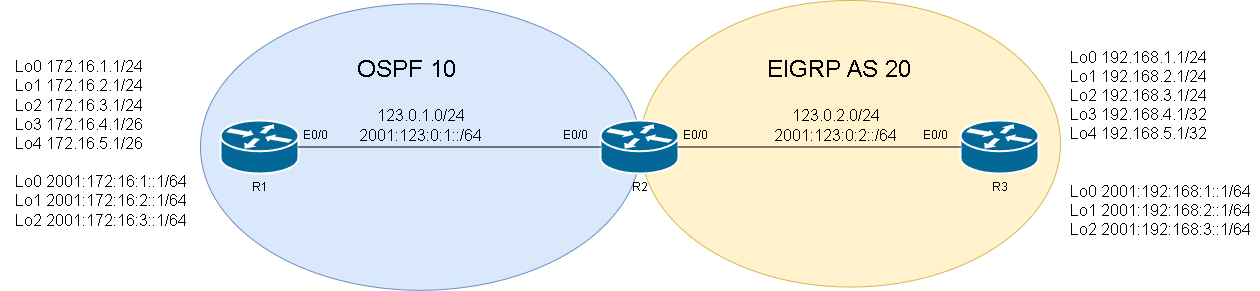
Before: Equipment-operation/Cisco/Router/EIGRP/Image/Route filter.png, a diagram exported from draw.io (Lai920123/Network-Engineering-Tutorials). Source tidied: cells renumbered, new cells last; positions are measured from the earlier drawing's top-left corner, leaving out a move shared by most shapes.
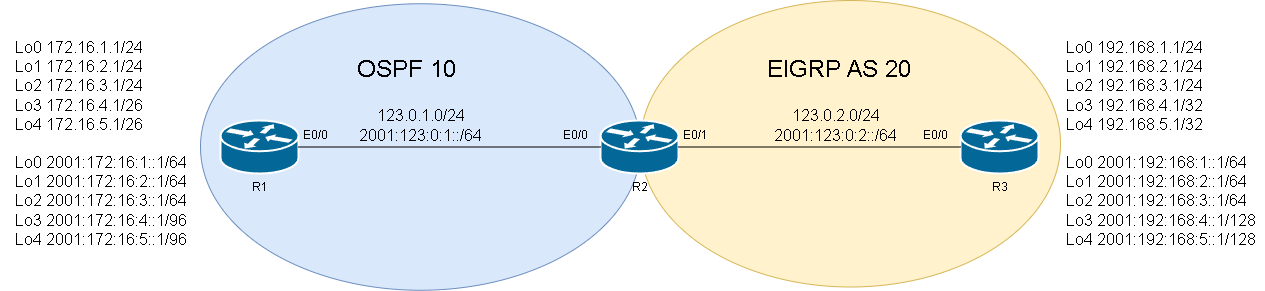
After the change.

The edit, as a diff of the source:
```diff
@@ -35,7 +35,7 @@
     <mxCell id="12" value="E0/0" style="text;html=1;align=center;verticalAlign=middle;strokeColor=none;fillColor=none;" parent="1" vertex="1">
       <mxGeometry x="550" y="120" width="50" height="30" as="geometry" />
     </mxCell>
-    <mxCell id="13" value="E0/0" style="text;html=1;align=center;verticalAlign=middle;strokeColor=none;fillColor=none;" parent="1" vertex="1">
+    <mxCell id="13" value="E0/1" style="text;html=1;align=center;verticalAlign=middle;strokeColor=none;fillColor=none;" parent="1" vertex="1">
       <mxGeometry x="670" y="120" width="50" height="30" as="geometry" />
     </mxCell>
     <mxCell id="14" value="E0/0" style="text;html=1;align=center;verticalAlign=middle;strokeColor=none;fillColor=none;" parent="1" vertex="1">
@@ -47,11 +47,11 @@
     <mxCell id="16" value="&lt;font style=&quot;font-size: 16px;&quot;&gt;123.0.2.0/24&lt;br&gt;2001:123:0:2::/64&lt;br&gt;&lt;/font&gt;" style="text;html=1;align=center;verticalAlign=middle;strokeColor=none;fillColor=none;" parent="1" vertex="1">
       <mxGeometry x="760" y="100" width="150" height="50" as="geometry" />
     </mxCell>
-    <mxCell id="17" value="&lt;div style=&quot;text-align: left;&quot;&gt;&lt;span style=&quot;font-size: 16px; background-color: initial;&quot;&gt;Lo0 172.16.1.1/24&lt;/span&gt;&lt;/div&gt;&lt;font style=&quot;&quot;&gt;&lt;div style=&quot;font-size: 16px; text-align: left;&quot;&gt;&lt;span style=&quot;background-color: initial;&quot;&gt;Lo1 172.16.2.1/24&lt;/span&gt;&lt;/div&gt;&lt;div style=&quot;font-size: 16px; text-align: left;&quot;&gt;&lt;span style=&quot;background-color: initial;&quot;&gt;Lo2 172.16.3.1/24&lt;/span&gt;&lt;/div&gt;&lt;div style=&quot;font-size: 16px; text-align: left;&quot;&gt;&lt;div style=&quot;border-color: var(--border-color);&quot;&gt;Lo3 172.16.4.1/26&lt;/div&gt;&lt;div style=&quot;border-color: var(--border-color);&quot;&gt;&lt;span style=&quot;border-color: var(--border-color); background-color: initial;&quot;&gt;Lo4 172.16.5.1/26&lt;/span&gt;&lt;/div&gt;&lt;/div&gt;&lt;div style=&quot;text-align: left;&quot;&gt;&lt;span style=&quot;font-size: 16px;&quot;&gt;&lt;br&gt;&lt;/span&gt;&lt;/div&gt;&lt;span style=&quot;font-size: 16px;&quot;&gt;&lt;div style=&quot;text-align: left;&quot;&gt;&lt;span style=&quot;background-color: initial;&quot;&gt;Lo0 2001:172:16:1::1/64&lt;/span&gt;&lt;/div&gt;&lt;/span&gt;&lt;span style=&quot;font-size: 16px;&quot;&gt;&lt;div style=&quot;text-align: left;&quot;&gt;&lt;span style=&quot;background-color: initial;&quot;&gt;Lo1 2001:172:16:2::1/64&lt;/span&gt;&lt;/div&gt;&lt;/span&gt;&lt;span style=&quot;font-size: 16px;&quot;&gt;&lt;div style=&quot;text-align: left;&quot;&gt;&lt;span style=&quot;background-color: initial;&quot;&gt;Lo2 2001:172:16:3::1/64&lt;/span&gt;&lt;/div&gt;&lt;/span&gt;&lt;/font&gt;" style="text;html=1;align=center;verticalAlign=middle;strokeColor=none;fillColor=none;" parent="1" vertex="1">
-      <mxGeometry y="48.2" width="200" height="190" as="geometry" />
+    <mxCell id="17" value="&lt;div style=&quot;text-align: left;&quot;&gt;&lt;span style=&quot;font-size: 16px; background-color: initial;&quot;&gt;Lo0 172.16.1.1/24&lt;/span&gt;&lt;/div&gt;&lt;font style=&quot;&quot;&gt;&lt;div style=&quot;font-size: 16px; text-align: left;&quot;&gt;&lt;span style=&quot;background-color: initial;&quot;&gt;Lo1 172.16.2.1/24&lt;/span&gt;&lt;/div&gt;&lt;div style=&quot;font-size: 16px; text-align: left;&quot;&gt;&lt;span style=&quot;background-color: initial;&quot;&gt;Lo2 172.16.3.1/24&lt;/span&gt;&lt;/div&gt;&lt;div style=&quot;text-align: left;&quot;&gt;&lt;span style=&quot;font-size: 16px;&quot;&gt;Lo3 172.16.4.1/26&amp;nbsp;&lt;/span&gt;&lt;/div&gt;&lt;div style=&quot;text-align: left;&quot;&gt;&lt;span style=&quot;font-size: 16px;&quot;&gt;Lo4 172.16.5.1/26&lt;/span&gt;&lt;/div&gt;&lt;div style=&quot;text-align: left;&quot;&gt;&lt;span style=&quot;font-size: 16px;&quot;&gt;&lt;br&gt;&lt;/span&gt;&lt;/div&gt;&lt;span style=&quot;font-size: 16px;&quot;&gt;&lt;div style=&quot;text-align: left;&quot;&gt;&lt;span style=&quot;background-color: initial;&quot;&gt;Lo0 2001:172:16:1::1/64&lt;/span&gt;&lt;/div&gt;&lt;/span&gt;&lt;span style=&quot;font-size: 16px;&quot;&gt;&lt;div style=&quot;text-align: left;&quot;&gt;&lt;span style=&quot;background-color: initial;&quot;&gt;Lo1 2001:172:16:2::1/64&lt;/span&gt;&lt;/div&gt;&lt;/span&gt;&lt;span style=&quot;font-size: 16px;&quot;&gt;&lt;div style=&quot;text-align: left;&quot;&gt;&lt;span style=&quot;background-color: initial;&quot;&gt;Lo2 2001:172:16:3::1/64&lt;/span&gt;&lt;/div&gt;&lt;div style=&quot;text-align: left;&quot;&gt;&lt;span style=&quot;background-color: initial;&quot;&gt;Lo3 2001:172:16:4::1/96&lt;/span&gt;&lt;/div&gt;&lt;div style=&quot;text-align: left;&quot;&gt;&lt;span style=&quot;background-color: initial;&quot;&gt;Lo4 2001:172:16:5::1/96&lt;/span&gt;&lt;/div&gt;&lt;/span&gt;&lt;/font&gt;" style="text;html=1;align=center;verticalAlign=middle;strokeColor=none;fillColor=none;" parent="1" vertex="1">
+      <mxGeometry y="33.2" width="200" height="220" as="geometry" />
     </mxCell>
-    <mxCell id="18" value="&lt;div style=&quot;text-align: left;&quot;&gt;&lt;span style=&quot;font-size: 16px; background-color: initial;&quot;&gt;Lo0 192.168.1.1/24&lt;/span&gt;&lt;/div&gt;&lt;font style=&quot;&quot;&gt;&lt;div style=&quot;font-size: 16px; text-align: left;&quot;&gt;&lt;span style=&quot;background-color: initial;&quot;&gt;Lo1 192.168.2.1/24&lt;/span&gt;&lt;/div&gt;&lt;div style=&quot;font-size: 16px; text-align: left;&quot;&gt;&lt;span style=&quot;background-color: initial;&quot;&gt;Lo2 192.168.3.1/24&lt;/span&gt;&lt;/div&gt;&lt;div style=&quot;font-size: 16px; text-align: left;&quot;&gt;&lt;div style=&quot;border-color: var(--border-color);&quot;&gt;Lo3 192.168.4.1/32&lt;/div&gt;&lt;font style=&quot;border-color: var(--border-color);&quot;&gt;&lt;div style=&quot;border-color: var(--border-color);&quot;&gt;&lt;span style=&quot;border-color: var(--border-color); background-color: initial;&quot;&gt;Lo4 192.168.5.1/32&lt;/span&gt;&lt;/div&gt;&lt;div&gt;&lt;span style=&quot;border-color: var(--border-color); background-color: initial;&quot;&gt;&lt;br&gt;&lt;/span&gt;&lt;/div&gt;&lt;/font&gt;&lt;/div&gt;&lt;div style=&quot;text-align: left;&quot;&gt;&lt;span style=&quot;font-size: 16px;&quot;&gt;&lt;br&gt;&lt;/span&gt;&lt;/div&gt;&lt;span style=&quot;font-size: 16px;&quot;&gt;&lt;div style=&quot;text-align: left;&quot;&gt;&lt;span style=&quot;background-color: initial;&quot;&gt;Lo0 2001:192:168:1::1/64&lt;/span&gt;&lt;/div&gt;&lt;/span&gt;&lt;span style=&quot;font-size: 16px;&quot;&gt;&lt;div style=&quot;text-align: left;&quot;&gt;&lt;span style=&quot;background-color: initial;&quot;&gt;Lo1 2001:192:168:2::1/64&lt;/span&gt;&lt;/div&gt;&lt;/span&gt;&lt;span style=&quot;font-size: 16px;&quot;&gt;&lt;div style=&quot;text-align: left;&quot;&gt;&lt;span style=&quot;background-color: initial;&quot;&gt;Lo2 2001:192:168:3::1/64&lt;/span&gt;&lt;/div&gt;&lt;/span&gt;&lt;/font&gt;" style="text;html=1;align=center;verticalAlign=middle;strokeColor=none;fillColor=none;" parent="1" vertex="1">
-      <mxGeometry x="1060" y="38.2" width="200" height="210" as="geometry" />
+    <mxCell id="18" value="&lt;div style=&quot;text-align: left;&quot;&gt;&lt;span style=&quot;font-size: 16px; background-color: initial;&quot;&gt;Lo0 192.168.1.1/24&lt;/span&gt;&lt;/div&gt;&lt;font style=&quot;&quot;&gt;&lt;div style=&quot;font-size: 16px; text-align: left;&quot;&gt;&lt;span style=&quot;background-color: initial;&quot;&gt;Lo1 192.168.2.1/24&lt;/span&gt;&lt;/div&gt;&lt;div style=&quot;font-size: 16px; text-align: left;&quot;&gt;&lt;span style=&quot;background-color: initial;&quot;&gt;Lo2 192.168.3.1/24&lt;/span&gt;&lt;/div&gt;&lt;div style=&quot;font-size: 16px; text-align: left;&quot;&gt;&lt;span style=&quot;background-color: initial;&quot;&gt;Lo3 192.168.4.1/32&lt;/span&gt;&lt;/div&gt;&lt;div style=&quot;font-size: 16px; text-align: left;&quot;&gt;&lt;span style=&quot;background-color: initial;&quot;&gt;Lo4 192.168.5.1/32&lt;/span&gt;&lt;/div&gt;&lt;div style=&quot;text-align: left;&quot;&gt;&lt;span style=&quot;font-size: 16px;&quot;&gt;&lt;br&gt;&lt;/span&gt;&lt;/div&gt;&lt;span style=&quot;font-size: 16px;&quot;&gt;&lt;div style=&quot;text-align: left;&quot;&gt;&lt;span style=&quot;background-color: initial;&quot;&gt;Lo0 2001:192:168:1::1/64&lt;/span&gt;&lt;/div&gt;&lt;/span&gt;&lt;span style=&quot;font-size: 16px;&quot;&gt;&lt;div style=&quot;text-align: left;&quot;&gt;&lt;span style=&quot;background-color: initial;&quot;&gt;Lo1 2001:192:168:2::1/64&lt;/span&gt;&lt;/div&gt;&lt;/span&gt;&lt;span style=&quot;font-size: 16px;&quot;&gt;&lt;div style=&quot;text-align: left;&quot;&gt;&lt;span style=&quot;background-color: initial;&quot;&gt;Lo2 2001:192:168:3::1/64&lt;/span&gt;&lt;/div&gt;&lt;div style=&quot;text-align: left;&quot;&gt;&lt;span style=&quot;background-color: initial;&quot;&gt;Lo3 2001:192:168:4::1/128&lt;/span&gt;&lt;/div&gt;&lt;div style=&quot;text-align: left;&quot;&gt;&lt;span style=&quot;background-color: initial;&quot;&gt;Lo4 2001:192:168:5::1/128&lt;/span&gt;&lt;/div&gt;&lt;/span&gt;&lt;/font&gt;" style="text;html=1;align=center;verticalAlign=middle;strokeColor=none;fillColor=none;" parent="1" vertex="1">
+      <mxGeometry x="1055" y="33.2" width="210" height="220" as="geometry" />
     </mxCell>
   </root>
 </mxGraphModel>
```
